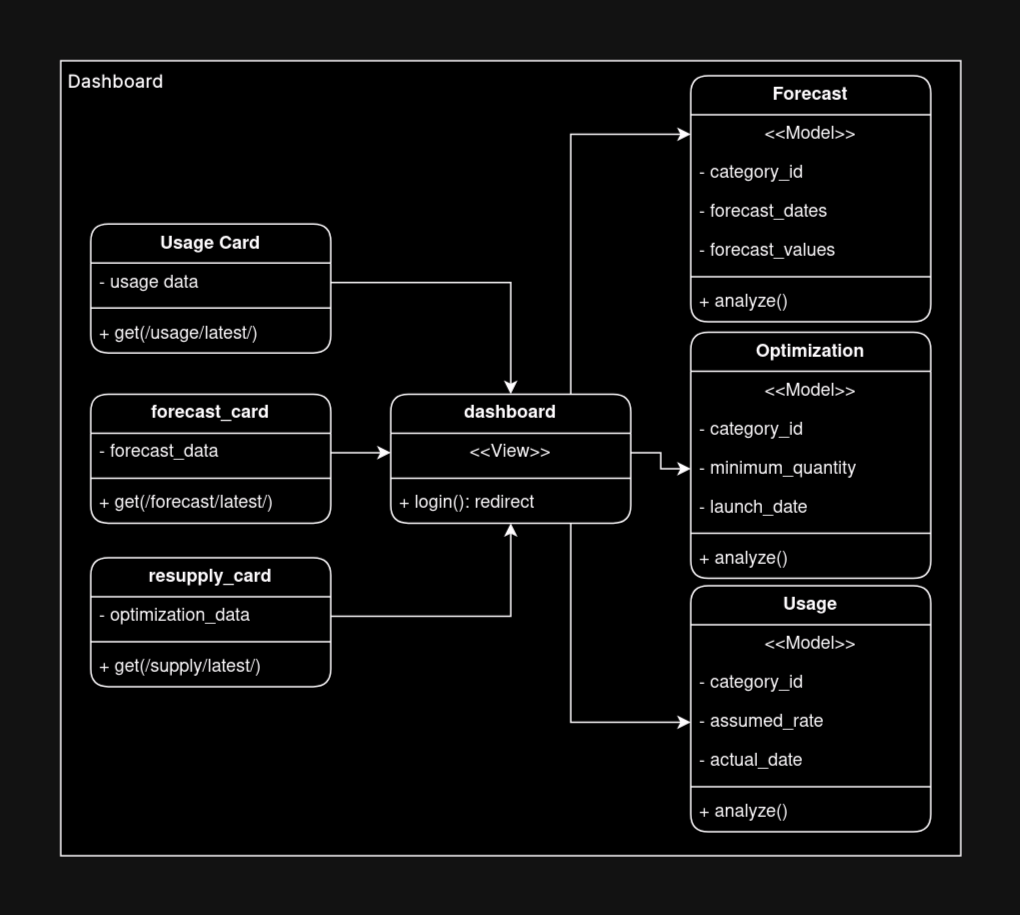
The draw.io diagram assets/Iteration5/Dashboard_Subsystem.png in 4306-team-noname/barrios, before a commit. Source tidied: cells renumbered, new cells last; positions are measured from the earlier drawing's top-left corner, leaving out a move shared by most shapes.
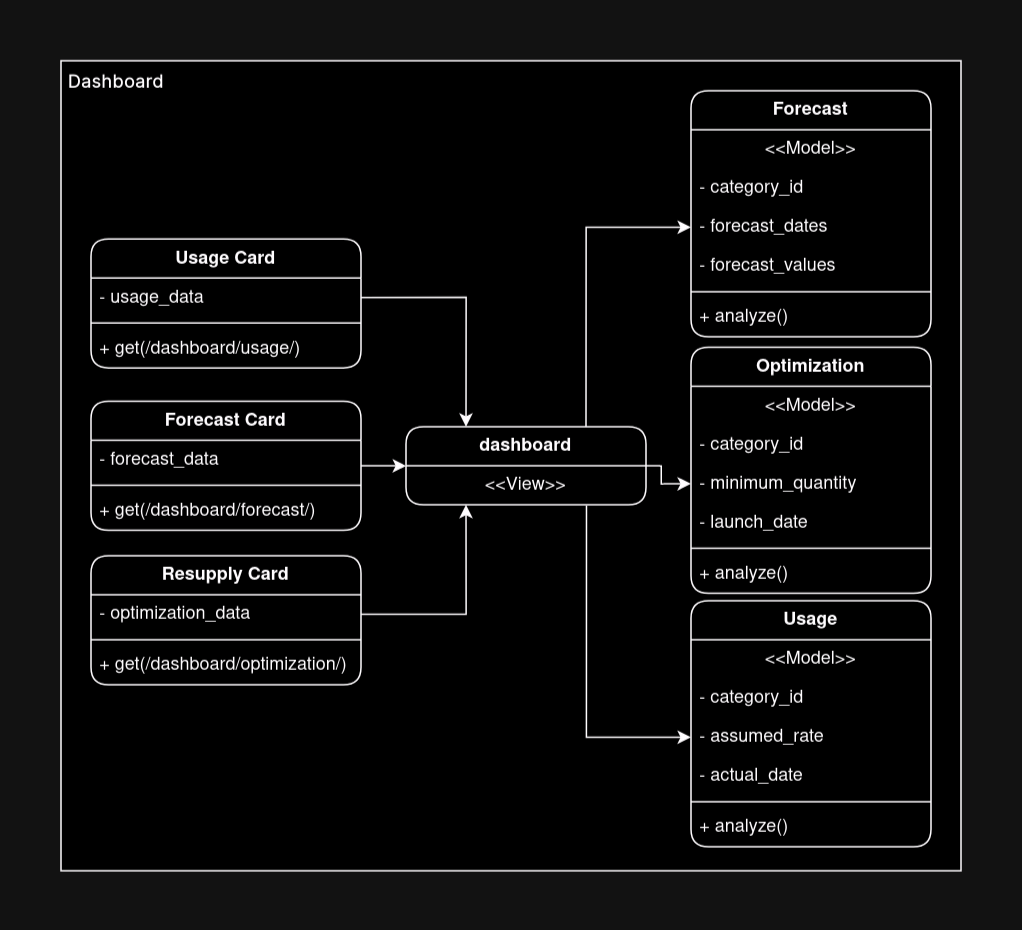
Above is the later version.

Commit message:
Update Dashboard subsystem

The edit, as a diff of the source:
```diff
@@ -5,12 +5,6 @@
     <mxCell id="2" value="Dashboard" style="rounded=0;whiteSpace=wrap;html=1;verticalAlign=top;align=left;spacingLeft=3;fontFamily=Inter;fontSource=https%3A%2F%2Ffonts.googleapis.com%2Fcss%3Ffamily%3DInter;fontStyle=1;" parent="1" vertex="1">
-      <mxGeometry width="600" height="530" as="geometry" />
+      <mxGeometry width="600" height="540" as="geometry" />
     </mxCell>
-    <mxCell id="3" style="edgeStyle=orthogonalEdgeStyle;rounded=0;jettySize=auto;html=1;exitX=0.75;exitY=0;exitDx=0;exitDy=0;entryX=0;entryY=0.5;entryDx=0;entryDy=0;" parent="2" edge="1" source="5" target="25">
-      <mxGeometry relative="1" as="geometry" />
-    </mxCell>
-    <mxCell id="4" style="edgeStyle=orthogonalEdgeStyle;rounded=0;jettySize=auto;html=1;exitX=0.75;exitY=1;exitDx=0;exitDy=0;entryX=0;entryY=0.5;entryDx=0;entryDy=0;" parent="2" edge="1" source="5" target="41">
-      <mxGeometry relative="1" as="geometry" />
-    </mxCell>
     <mxCell id="5" value="dashboard" style="swimlane;fontStyle=1;align=center;verticalAlign=top;horizontal=1;startSize=26;whiteSpace=wrap;html=1;rounded=1;" parent="2" vertex="1">
-      <mxGeometry x="220" y="222.2" width="160" height="86" as="geometry" />
+      <mxGeometry x="230" y="244" width="160" height="52" as="geometry" />
     </mxCell>
@@ -19,62 +13,56 @@
     </mxCell>
-    <mxCell id="7" style="line;strokeWidth=1;fillColor=none;align=left;verticalAlign=middle;spacingTop=-1;spacingLeft=3;spacingRight=3;labelPosition=right;strokeColor=inherit;" parent="5" vertex="1">
-      <mxGeometry y="52" width="160" height="8" as="geometry" />
-    </mxCell>
-    <mxCell id="8" value="+ login(): redirect" style="text;strokeColor=none;fillColor=none;align=left;verticalAlign=top;spacingLeft=4;spacingRight=4;overflow=hidden;whiteSpace=wrap;html=1;" parent="5" vertex="1">
-      <mxGeometry y="60" width="160" height="26" as="geometry" />
-    </mxCell>
     <mxCell id="9" value="Usage Card" style="swimlane;fontStyle=1;align=center;verticalAlign=top;horizontal=1;startSize=26;whiteSpace=wrap;html=1;rounded=1;" parent="2" vertex="1">
-      <mxGeometry x="20" y="108.8" width="160" height="86" as="geometry" />
+      <mxGeometry x="20" y="118.8" width="180" height="86" as="geometry" />
     </mxCell>
-    <mxCell id="10" value="- usage data" style="text;strokeColor=none;fillColor=none;align=left;verticalAlign=top;spacingLeft=4;spacingRight=4;overflow=hidden;points=[[0,0.5],[1,0.5]];portConstraint=eastwest;whiteSpace=wrap;html=1;" parent="9" vertex="1">
-      <mxGeometry y="26" width="160" height="26" as="geometry" />
-    </mxCell>
-    <mxCell id="11" style="line;strokeWidth=1;fillColor=none;align=left;verticalAlign=middle;spacingTop=-1;spacingLeft=3;spacingRight=3;labelPosition=right;strokeColor=inherit;" parent="9" vertex="1">
-      <mxGeometry y="52" width="160" height="8" as="geometry" />
-    </mxCell>
-    <mxCell id="12" value="+ get(/usage/latest/)" style="text;strokeColor=none;fillColor=none;align=left;verticalAlign=top;spacingLeft=4;spacingRight=4;overflow=hidden;whiteSpace=wrap;html=1;" parent="9" vertex="1">
-      <mxGeometry y="60" width="160" height="26" as="geometry" />
-    </mxCell>
-    <mxCell id="13" value="forecast_card" style="swimlane;fontStyle=1;align=center;verticalAlign=top;horizontal=1;startSize=26;whiteSpace=wrap;html=1;rounded=1;" parent="2" vertex="1">
-      <mxGeometry x="20" y="222.2" width="160" height="86" as="geometry" />
-    </mxCell>
+    <mxCell id="46" value="- usage_data" style="text;strokeColor=none;fillColor=none;align=left;verticalAlign=top;spacingLeft=4;spacingRight=4;overflow=hidden;points=[[0,0.5],[1,0.5]];portConstraint=eastwest;whiteSpace=wrap;html=1;" parent="9" vertex="1">
+      <mxGeometry y="26" width="180" height="26" as="geometry" />
+    </mxCell>
+    <mxCell id="47" style="line;strokeWidth=1;fillColor=none;align=left;verticalAlign=middle;spacingTop=-1;spacingLeft=3;spacingRight=3;labelPosition=right;strokeColor=inherit;" parent="9" vertex="1">
+      <mxGeometry y="52" width="180" height="8" as="geometry" />
+    </mxCell>
+    <mxCell id="48" value="+ get(/dashboard/usage/)" style="text;strokeColor=none;fillColor=none;align=left;verticalAlign=top;spacingLeft=4;spacingRight=4;overflow=hidden;whiteSpace=wrap;html=1;" parent="9" vertex="1">
+      <mxGeometry y="60" width="180" height="26" as="geometry" />
+    </mxCell>
+    <mxCell id="49" value="Forecast Card" style="swimlane;fontStyle=1;align=center;verticalAlign=top;horizontal=1;startSize=26;whiteSpace=wrap;html=1;rounded=1;" parent="2" vertex="1">
+      <mxGeometry x="20" y="227" width="180" height="86" as="geometry" />
+    </mxCell>
-    <mxCell id="14" value="- forecast_data" style="text;strokeColor=none;fillColor=none;align=left;verticalAlign=top;spacingLeft=4;spacingRight=4;overflow=hidden;points=[[0,0.5],[1,0.5]];portConstraint=eastwest;whiteSpace=wrap;html=1;" parent="13" vertex="1">
-      <mxGeometry y="26" width="160" height="26" as="geometry" />
+    <mxCell id="14" value="- forecast_data" style="text;strokeColor=none;fillColor=none;align=left;verticalAlign=top;spacingLeft=4;spacingRight=4;overflow=hidden;points=[[0,0.5],[1,0.5]];portConstraint=eastwest;whiteSpace=wrap;html=1;" parent="49" vertex="1">
+      <mxGeometry y="26" width="180" height="26" as="geometry" />
     </mxCell>
-    <mxCell id="15" style="line;strokeWidth=1;fillColor=none;align=left;verticalAlign=middle;spacingTop=-1;spacingLeft=3;spacingRight=3;labelPosition=right;strokeColor=inherit;" parent="13" vertex="1">
-      <mxGeometry y="52" width="160" height="8" as="geometry" />
-    </mxCell>
-    <mxCell id="16" value="+ get(/forecast/latest/)" style="text;strokeColor=none;fillColor=none;align=left;verticalAlign=top;spacingLeft=4;spacingRight=4;overflow=hidden;whiteSpace=wrap;html=1;" parent="13" vertex="1">
-      <mxGeometry y="60" width="160" height="26" as="geometry" />
-    </mxCell>
-    <mxCell id="17" value="resupply_card" style="swimlane;fontStyle=1;align=center;verticalAlign=top;horizontal=1;startSize=26;whiteSpace=wrap;html=1;rounded=1;" parent="2" vertex="1">
-      <mxGeometry x="20" y="331.2" width="160" height="86" as="geometry" />
-    </mxCell>
+    <mxCell id="50" style="line;strokeWidth=1;fillColor=none;align=left;verticalAlign=middle;spacingTop=-1;spacingLeft=3;spacingRight=3;labelPosition=right;strokeColor=inherit;" parent="49" vertex="1">
+      <mxGeometry y="52" width="180" height="8" as="geometry" />
+    </mxCell>
+    <mxCell id="51" value="+ get(/dashboard/forecast/)" style="text;strokeColor=none;fillColor=none;align=left;verticalAlign=top;spacingLeft=4;spacingRight=4;overflow=hidden;whiteSpace=wrap;html=1;" parent="49" vertex="1">
+      <mxGeometry y="60" width="180" height="26" as="geometry" />
+    </mxCell>
+    <mxCell id="52" value="Resupply Card" style="swimlane;fontStyle=1;align=center;verticalAlign=top;horizontal=1;startSize=26;whiteSpace=wrap;html=1;rounded=1;" parent="2" vertex="1">
+      <mxGeometry x="20" y="330" width="180" height="86" as="geometry" />
+    </mxCell>
-    <mxCell id="18" value="- optimization_data" style="text;strokeColor=none;fillColor=none;align=left;verticalAlign=top;spacingLeft=4;spacingRight=4;overflow=hidden;points=[[0,0.5],[1,0.5]];portConstraint=eastwest;whiteSpace=wrap;html=1;" parent="17" vertex="1">
-      <mxGeometry y="26" width="160" height="26" as="geometry" />
+    <mxCell id="18" value="- optimization_data" style="text;strokeColor=none;fillColor=none;align=left;verticalAlign=top;spacingLeft=4;spacingRight=4;overflow=hidden;points=[[0,0.5],[1,0.5]];portConstraint=eastwest;whiteSpace=wrap;html=1;" parent="52" vertex="1">
+      <mxGeometry y="26" width="180" height="26" as="geometry" />
     </mxCell>
-    <mxCell id="19" style="line;strokeWidth=1;fillColor=none;align=left;verticalAlign=middle;spacingTop=-1;spacingLeft=3;spacingRight=3;labelPosition=right;strokeColor=inherit;" parent="17" vertex="1">
-      <mxGeometry y="52" width="160" height="8" as="geometry" />
-    </mxCell>
-    <mxCell id="20" value="+ get(/supply/latest/)" style="text;strokeColor=none;fillColor=none;align=left;verticalAlign=top;spacingLeft=4;spacingRight=4;overflow=hidden;whiteSpace=wrap;html=1;" parent="17" vertex="1">
-      <mxGeometry y="60" width="160" height="26" as="geometry" />
-    </mxCell>
-    <mxCell id="21" style="edgeStyle=orthogonalEdgeStyle;rounded=0;jettySize=auto;html=1;exitX=1;exitY=0.5;exitDx=0;exitDy=0;entryX=0.5;entryY=0;entryDx=0;entryDy=0;" parent="2" edge="1" source="10" target="5">
-      <mxGeometry relative="1" as="geometry" />
-    </mxCell>
-    <mxCell id="22" style="edgeStyle=orthogonalEdgeStyle;rounded=0;jettySize=auto;html=1;exitX=1;exitY=0.5;exitDx=0;exitDy=0;entryX=0;entryY=0.5;entryDx=0;entryDy=0;" parent="2" edge="1" source="14" target="6">
-      <mxGeometry relative="1" as="geometry" />
-    </mxCell>
+    <mxCell id="53" style="line;strokeWidth=1;fillColor=none;align=left;verticalAlign=middle;spacingTop=-1;spacingLeft=3;spacingRight=3;labelPosition=right;strokeColor=inherit;" parent="52" vertex="1">
+      <mxGeometry y="52" width="180" height="8" as="geometry" />
+    </mxCell>
+    <mxCell id="54" value="+ get(/dashboard/optimization/)" style="text;strokeColor=none;fillColor=none;align=left;verticalAlign=top;spacingLeft=4;spacingRight=4;overflow=hidden;whiteSpace=wrap;html=1;" parent="52" vertex="1">
+      <mxGeometry y="60" width="180" height="26" as="geometry" />
+    </mxCell>
+    <mxCell id="55" style="edgeStyle=orthogonalEdgeStyle;rounded=0;jettySize=auto;html=1;exitX=1;exitY=0.5;exitDx=0;exitDy=0;entryX=0.25;entryY=0;entryDx=0;entryDy=0;" parent="2" edge="1" source="46" target="5">
+      <mxGeometry relative="1" as="geometry" />
+    </mxCell>
-    <mxCell id="23" style="edgeStyle=orthogonalEdgeStyle;rounded=0;jettySize=auto;html=1;entryX=0.5;entryY=1;entryDx=0;entryDy=0;" parent="2" edge="1" source="18" target="5">
+    <mxCell id="23" style="edgeStyle=orthogonalEdgeStyle;rounded=0;jettySize=auto;html=1;exitX=1;exitY=0.5;exitDx=0;exitDy=0;entryX=0.25;entryY=1;entryDx=0;entryDy=0;" parent="2" edge="1" source="18" target="5">
       <mxGeometry relative="1" as="geometry" />
     </mxCell>
+    <mxCell id="56" style="edgeStyle=orthogonalEdgeStyle;rounded=0;jettySize=auto;html=1;exitX=1;exitY=0.5;exitDx=0;exitDy=0;entryX=0;entryY=-0.038;entryDx=0;entryDy=0;entryPerimeter=0;" parent="2" edge="1" source="49" target="6">
+      <mxGeometry relative="1" as="geometry" />
+    </mxCell>
-    <mxCell id="24" value="Forecast" style="swimlane;fontStyle=1;align=center;verticalAlign=top;horizontal=1;startSize=26;whiteSpace=wrap;html=1;rounded=1;" parent="2" vertex="1">
-      <mxGeometry x="420" y="10" width="160" height="164" as="geometry" />
+    <mxCell id="24" value="Forecast" style="swimlane;fontStyle=1;align=center;verticalAlign=top;horizontal=1;startSize=26;whiteSpace=wrap;html=1;rounded=1;" parent="1" vertex="1">
+      <mxGeometry x="420" y="20" width="160" height="164" as="geometry" />
     </mxCell>
-    <mxCell id="25" value="&amp;lt;&amp;lt;Model&amp;gt;&amp;gt;" style="text;strokeColor=none;fillColor=none;align=center;verticalAlign=top;spacingLeft=4;spacingRight=4;overflow=hidden;points=[[0,0.5],[1,0.5]];portConstraint=eastwest;whiteSpace=wrap;html=1;" parent="24" vertex="1">
-      <mxGeometry y="26" width="160" height="26" as="geometry" />
-    </mxCell>
-    <mxCell id="26" value="- category_id" style="text;strokeColor=none;fillColor=none;align=left;verticalAlign=top;spacingLeft=4;spacingRight=4;overflow=hidden;whiteSpace=wrap;html=1;" parent="24" vertex="1">
-      <mxGeometry y="52" width="160" height="26" as="geometry" />
-    </mxCell>
+    <mxCell id="57" value="&amp;lt;&amp;lt;Model&amp;gt;&amp;gt;" style="text;strokeColor=none;fillColor=none;align=center;verticalAlign=top;spacingLeft=4;spacingRight=4;overflow=hidden;whiteSpace=wrap;html=1;" parent="24" vertex="1">
+      <mxGeometry y="26" width="160" height="26" as="geometry" />
+    </mxCell>
+    <mxCell id="58" value="- category_id" style="text;strokeColor=none;fillColor=none;align=left;verticalAlign=top;spacingLeft=4;spacingRight=4;overflow=hidden;whiteSpace=wrap;html=1;" parent="24" vertex="1">
+      <mxGeometry y="52" width="160" height="26" as="geometry" />
+    </mxCell>
     <mxCell id="27" value="&lt;div&gt;- forecast_dates&lt;/div&gt;" style="text;strokeColor=none;fillColor=none;align=left;verticalAlign=top;spacingLeft=4;spacingRight=4;overflow=hidden;points=[[0,0.5],[1,0.5]];portConstraint=eastwest;whiteSpace=wrap;html=1;" parent="24" vertex="1">
@@ -85,17 +73,17 @@
     </mxCell>
-    <mxCell id="29" style="line;strokeWidth=1;fillColor=none;align=left;verticalAlign=middle;spacingTop=-1;spacingLeft=3;spacingRight=3;labelPosition=right;strokeColor=inherit;" parent="24" vertex="1">
-      <mxGeometry y="130" width="160" height="8" as="geometry" />
-    </mxCell>
-    <mxCell id="30" value="+ analyze()" style="text;strokeColor=none;fillColor=none;align=left;verticalAlign=top;spacingLeft=4;spacingRight=4;overflow=hidden;whiteSpace=wrap;html=1;" parent="24" vertex="1">
-      <mxGeometry y="138" width="160" height="26" as="geometry" />
-    </mxCell>
+    <mxCell id="59" style="line;strokeWidth=1;fillColor=none;align=left;verticalAlign=middle;spacingTop=-1;spacingLeft=3;spacingRight=3;labelPosition=right;strokeColor=inherit;" parent="24" vertex="1">
+      <mxGeometry y="130" width="160" height="8" as="geometry" />
+    </mxCell>
+    <mxCell id="60" value="+ analyze()" style="text;strokeColor=none;fillColor=none;align=left;verticalAlign=top;spacingLeft=4;spacingRight=4;overflow=hidden;whiteSpace=wrap;html=1;" parent="24" vertex="1">
+      <mxGeometry y="138" width="160" height="26" as="geometry" />
+    </mxCell>
-    <mxCell id="31" value="Optimization" style="swimlane;fontStyle=1;align=center;verticalAlign=top;horizontal=1;startSize=26;whiteSpace=wrap;html=1;rounded=1;" parent="2" vertex="1">
-      <mxGeometry x="420" y="181" width="160" height="164" as="geometry" />
+    <mxCell id="31" value="Optimization" style="swimlane;fontStyle=1;align=center;verticalAlign=top;horizontal=1;startSize=26;whiteSpace=wrap;html=1;rounded=1;" parent="1" vertex="1">
+      <mxGeometry x="420" y="191" width="160" height="164" as="geometry" />
     </mxCell>
-    <mxCell id="32" value="&amp;lt;&amp;lt;Model&amp;gt;&amp;gt;" style="text;strokeColor=none;fillColor=none;align=center;verticalAlign=top;spacingLeft=4;spacingRight=4;overflow=hidden;whiteSpace=wrap;html=1;" parent="31" vertex="1">
-      <mxGeometry y="26" width="160" height="26" as="geometry" />
-    </mxCell>
-    <mxCell id="33" value="- category_id" style="text;strokeColor=none;fillColor=none;align=left;verticalAlign=top;spacingLeft=4;spacingRight=4;overflow=hidden;whiteSpace=wrap;html=1;" parent="31" vertex="1">
-      <mxGeometry y="52" width="160" height="26" as="geometry" />
-    </mxCell>
+    <mxCell id="61" value="&amp;lt;&amp;lt;Model&amp;gt;&amp;gt;" style="text;strokeColor=none;fillColor=none;align=center;verticalAlign=top;spacingLeft=4;spacingRight=4;overflow=hidden;whiteSpace=wrap;html=1;" parent="31" vertex="1">
+      <mxGeometry y="26" width="160" height="26" as="geometry" />
+    </mxCell>
+    <mxCell id="62" value="- category_id" style="text;strokeColor=none;fillColor=none;align=left;verticalAlign=top;spacingLeft=4;spacingRight=4;overflow=hidden;whiteSpace=wrap;html=1;" parent="31" vertex="1">
+      <mxGeometry y="52" width="160" height="26" as="geometry" />
+    </mxCell>
     <mxCell id="34" value="&lt;div&gt;- minimum_quantity&lt;/div&gt;" style="text;strokeColor=none;fillColor=none;align=left;verticalAlign=top;spacingLeft=4;spacingRight=4;overflow=hidden;points=[[0,0.5],[1,0.5]];portConstraint=eastwest;whiteSpace=wrap;html=1;" parent="31" vertex="1">
@@ -106,17 +94,17 @@
     </mxCell>
-    <mxCell id="36" style="line;strokeWidth=1;fillColor=none;align=left;verticalAlign=middle;spacingTop=-1;spacingLeft=3;spacingRight=3;labelPosition=right;strokeColor=inherit;" parent="31" vertex="1">
-      <mxGeometry y="130" width="160" height="8" as="geometry" />
-    </mxCell>
-    <mxCell id="37" value="+ analyze()" style="text;strokeColor=none;fillColor=none;align=left;verticalAlign=top;spacingLeft=4;spacingRight=4;overflow=hidden;whiteSpace=wrap;html=1;" parent="31" vertex="1">
-      <mxGeometry y="138" width="160" height="26" as="geometry" />
-    </mxCell>
+    <mxCell id="63" style="line;strokeWidth=1;fillColor=none;align=left;verticalAlign=middle;spacingTop=-1;spacingLeft=3;spacingRight=3;labelPosition=right;strokeColor=inherit;" parent="31" vertex="1">
+      <mxGeometry y="130" width="160" height="8" as="geometry" />
+    </mxCell>
+    <mxCell id="64" value="+ analyze()" style="text;strokeColor=none;fillColor=none;align=left;verticalAlign=top;spacingLeft=4;spacingRight=4;overflow=hidden;whiteSpace=wrap;html=1;" parent="31" vertex="1">
+      <mxGeometry y="138" width="160" height="26" as="geometry" />
+    </mxCell>
-    <mxCell id="38" value="Usage" style="swimlane;fontStyle=1;align=center;verticalAlign=top;horizontal=1;startSize=26;whiteSpace=wrap;html=1;rounded=1;" parent="2" vertex="1">
-      <mxGeometry x="420" y="350" width="160" height="164" as="geometry" />
+    <mxCell id="38" value="Usage" style="swimlane;fontStyle=1;align=center;verticalAlign=top;horizontal=1;startSize=26;whiteSpace=wrap;html=1;rounded=1;" parent="1" vertex="1">
+      <mxGeometry x="420" y="360" width="160" height="164" as="geometry" />
     </mxCell>
-    <mxCell id="39" value="&amp;lt;&amp;lt;Model&amp;gt;&amp;gt;" style="text;strokeColor=none;fillColor=none;align=center;verticalAlign=top;spacingLeft=4;spacingRight=4;overflow=hidden;whiteSpace=wrap;html=1;" parent="38" vertex="1">
-      <mxGeometry y="26" width="160" height="26" as="geometry" />
-    </mxCell>
-    <mxCell id="40" value="- category_id" style="text;strokeColor=none;fillColor=none;align=left;verticalAlign=top;spacingLeft=4;spacingRight=4;overflow=hidden;whiteSpace=wrap;html=1;" parent="38" vertex="1">
-      <mxGeometry y="52" width="160" height="26" as="geometry" />
-    </mxCell>
+    <mxCell id="65" value="&amp;lt;&amp;lt;Model&amp;gt;&amp;gt;" style="text;strokeColor=none;fillColor=none;align=center;verticalAlign=top;spacingLeft=4;spacingRight=4;overflow=hidden;whiteSpace=wrap;html=1;" parent="38" vertex="1">
+      <mxGeometry y="26" width="160" height="26" as="geometry" />
+    </mxCell>
+    <mxCell id="66" value="- category_id" style="text;strokeColor=none;fillColor=none;align=left;verticalAlign=top;spacingLeft=4;spacingRight=4;overflow=hidden;whiteSpace=wrap;html=1;" parent="38" vertex="1">
+      <mxGeometry y="52" width="160" height="26" as="geometry" />
+    </mxCell>
     <mxCell id="41" value="&lt;div&gt;- assumed_rate&lt;/div&gt;" style="text;strokeColor=none;fillColor=none;align=left;verticalAlign=top;spacingLeft=4;spacingRight=4;overflow=hidden;points=[[0,0.5],[1,0.5]];portConstraint=eastwest;whiteSpace=wrap;html=1;" parent="38" vertex="1">
@@ -127,11 +115,22 @@
     </mxCell>
-    <mxCell id="43" style="line;strokeWidth=1;fillColor=none;align=left;verticalAlign=middle;spacingTop=-1;spacingLeft=3;spacingRight=3;labelPosition=right;strokeColor=inherit;" parent="38" vertex="1">
-      <mxGeometry y="130" width="160" height="8" as="geometry" />
-    </mxCell>
-    <mxCell id="44" value="+ analyze()" style="text;strokeColor=none;fillColor=none;align=left;verticalAlign=top;spacingLeft=4;spacingRight=4;overflow=hidden;whiteSpace=wrap;html=1;" parent="38" vertex="1">
-      <mxGeometry y="138" width="160" height="26" as="geometry" />
-    </mxCell>
-    <mxCell id="45" style="edgeStyle=orthogonalEdgeStyle;rounded=0;jettySize=auto;html=1;exitX=1;exitY=0.5;exitDx=0;exitDy=0;entryX=0;entryY=0.5;entryDx=0;entryDy=0;" parent="2" edge="1" source="6" target="34">
-      <mxGeometry relative="1" as="geometry" />
-    </mxCell>
+    <mxCell id="67" style="line;strokeWidth=1;fillColor=none;align=left;verticalAlign=middle;spacingTop=-1;spacingLeft=3;spacingRight=3;labelPosition=right;strokeColor=inherit;" parent="38" vertex="1">
+      <mxGeometry y="130" width="160" height="8" as="geometry" />
+    </mxCell>
+    <mxCell id="68" value="+ analyze()" style="text;strokeColor=none;fillColor=none;align=left;verticalAlign=top;spacingLeft=4;spacingRight=4;overflow=hidden;whiteSpace=wrap;html=1;" parent="38" vertex="1">
+      <mxGeometry y="138" width="160" height="26" as="geometry" />
+    </mxCell>
+    <mxCell id="69" style="edgeStyle=orthogonalEdgeStyle;rounded=0;jettySize=auto;html=1;exitX=0.75;exitY=0;exitDx=0;exitDy=0;entryX=0;entryY=0.5;entryDx=0;entryDy=0;" parent="1" edge="1" source="5" target="27">
+      <mxGeometry relative="1" as="geometry" />
+    </mxCell>
+    <mxCell id="70" style="edgeStyle=orthogonalEdgeStyle;rounded=0;jettySize=auto;html=1;exitX=0.752;exitY=1.026;exitDx=0;exitDy=0;entryX=0;entryY=0.5;entryDx=0;entryDy=0;exitPerimeter=0;" parent="1" edge="1" source="6" target="41">
+      <mxGeometry relative="1" as="geometry" />
+    </mxCell>
+    <mxCell id="71" style="edgeStyle=orthogonalEdgeStyle;rounded=0;jettySize=auto;html=1;exitX=1;exitY=0.5;exitDx=0;exitDy=0;entryX=0;entryY=0.5;entryDx=0;entryDy=0;" parent="1" edge="1" source="5" target="34">
+      <mxGeometry relative="1" as="geometry">
+        <Array as="points">
+          <mxPoint x="400" y="270" />
+          <mxPoint x="400" y="282" />
+        </Array>
+      </mxGeometry>
+    </mxCell>
   </root>
```
